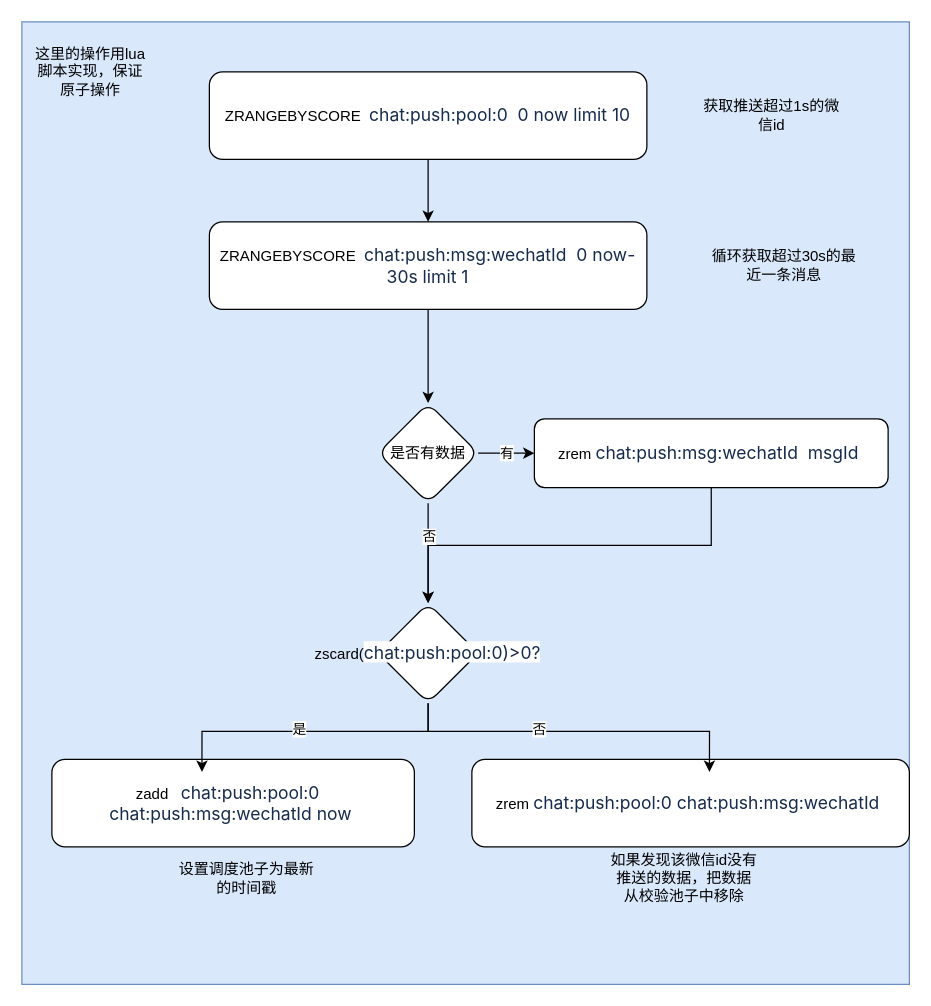
smallleaf/draw.io keeps this draw.io diagram as miyuan/推送数据Redis操作结构.drawio. Above is the earlier version. Source tidied: cells renumbered, new cells numbered last; positions are measured from the earlier drawing's top-left corner, leaving out a move shared by most shapes. Both pictures are drawn from the tidied source at 125%, with x=0, y=0 at pixel (21, 21).
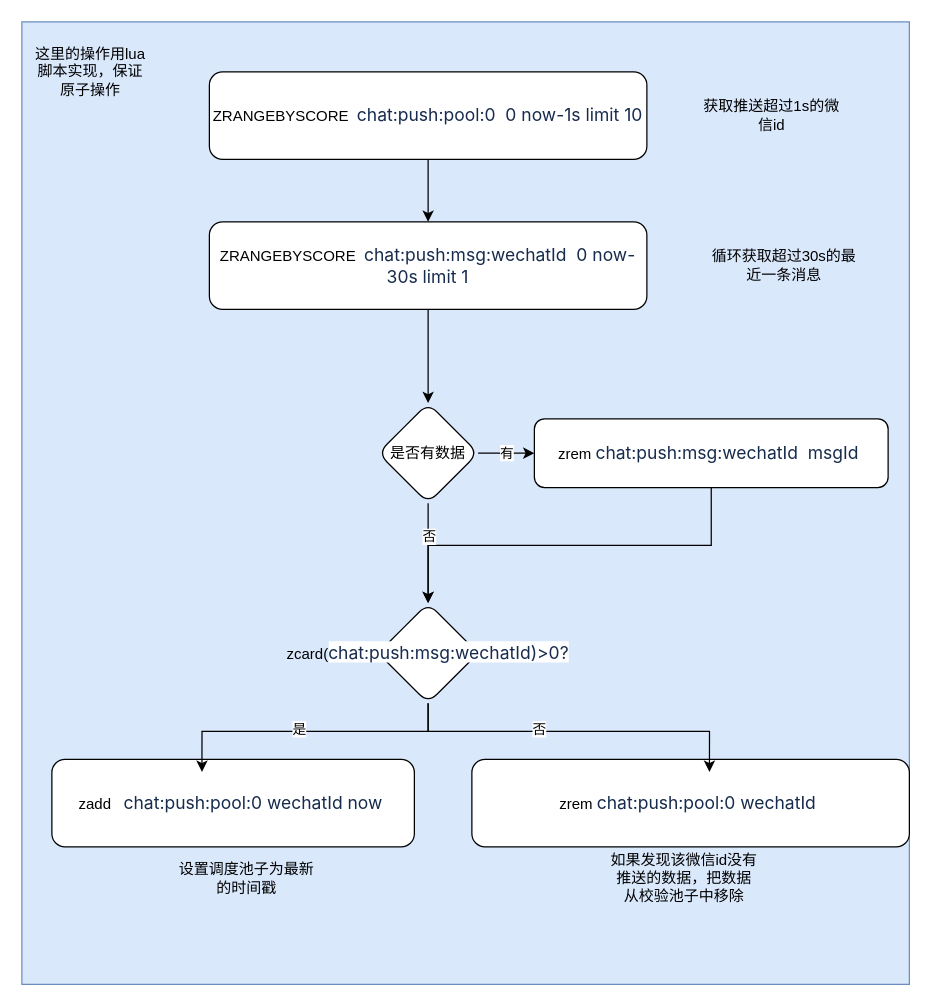
Above is the later version.

Commit message:
更新推送数据Redis操作结构.drawio

Change to the diagram source:
```diff
@@
-    <mxCell id="4" value="ZRANGEBYSCORE&amp;nbsp;&amp;nbsp;&lt;span style=&quot;color: rgb(23, 43, 77); font-family: -apple-system, &amp;quot;system-ui&amp;quot;, &amp;quot;Segoe UI&amp;quot;, Roboto, Oxygen, Ubuntu, &amp;quot;Fira Sans&amp;quot;, &amp;quot;Droid Sans&amp;quot;, &amp;quot;Helvetica Neue&amp;quot;, sans-serif; font-size: 14px; text-align: start; background-color: rgb(255, 255, 255);&quot;&gt;chat:push:pool:0&amp;nbsp; 0 now limit 10&lt;/span&gt;" style="rounded=1;whiteSpace=wrap;html=1;" parent="1" vertex="1">
+    <mxCell id="4" value="ZRANGEBYSCORE&amp;nbsp;&amp;nbsp;&lt;span style=&quot;color: rgb(23, 43, 77); font-family: -apple-system, &amp;quot;system-ui&amp;quot;, &amp;quot;Segoe UI&amp;quot;, Roboto, Oxygen, Ubuntu, &amp;quot;Fira Sans&amp;quot;, &amp;quot;Droid Sans&amp;quot;, &amp;quot;Helvetica Neue&amp;quot;, sans-serif; font-size: 14px; text-align: start; background-color: rgb(255, 255, 255);&quot;&gt;chat:push:pool:0&amp;nbsp; 0 now-1s limit 10&lt;/span&gt;" style="rounded=1;whiteSpace=wrap;html=1;" parent="1" vertex="1">
       <mxGeometry x="150" y="40" width="350" height="70" as="geometry" />
     </mxCell>
@@
-    <mxCell id="9" value="zrem&amp;nbsp;&lt;span style=&quot;color: rgb(23, 43, 77); font-family: -apple-system, &amp;quot;system-ui&amp;quot;, &amp;quot;Segoe UI&amp;quot;, Roboto, Oxygen, Ubuntu, &amp;quot;Fira Sans&amp;quot;, &amp;quot;Droid Sans&amp;quot;, &amp;quot;Helvetica Neue&amp;quot;, sans-serif; font-size: 14px; text-align: start; background-color: rgb(255, 255, 255);&quot;&gt;chat:push:pool:0&amp;nbsp;&lt;/span&gt;&lt;span style=&quot;color: rgb(23, 43, 77); font-family: -apple-system, &amp;quot;system-ui&amp;quot;, &amp;quot;Segoe UI&amp;quot;, Roboto, Oxygen, Ubuntu, &amp;quot;Fira Sans&amp;quot;, &amp;quot;Droid Sans&amp;quot;, &amp;quot;Helvetica Neue&amp;quot;, sans-serif; font-size: 14px; text-align: left; background-color: rgb(255, 255, 255);&quot;&gt;chat:push:msg:wechatId&lt;/span&gt;&lt;span style=&quot;color: rgb(23, 43, 77); font-family: -apple-system, &amp;quot;system-ui&amp;quot;, &amp;quot;Segoe UI&amp;quot;, Roboto, Oxygen, Ubuntu, &amp;quot;Fira Sans&amp;quot;, &amp;quot;Droid Sans&amp;quot;, &amp;quot;Helvetica Neue&amp;quot;, sans-serif; font-size: 14px; text-align: start; background-color: rgb(255, 255, 255);&quot;&gt;&amp;nbsp;&lt;/span&gt;" style="rounded=1;whiteSpace=wrap;html=1;" parent="1" vertex="1">
+    <mxCell id="9" value="zrem&amp;nbsp;&lt;span style=&quot;color: rgb(23, 43, 77); font-family: -apple-system, &amp;quot;system-ui&amp;quot;, &amp;quot;Segoe UI&amp;quot;, Roboto, Oxygen, Ubuntu, &amp;quot;Fira Sans&amp;quot;, &amp;quot;Droid Sans&amp;quot;, &amp;quot;Helvetica Neue&amp;quot;, sans-serif; font-size: 14px; text-align: start; background-color: rgb(255, 255, 255);&quot;&gt;chat:push:pool:0&amp;nbsp;&lt;/span&gt;&lt;span style=&quot;color: rgb(23, 43, 77); font-family: -apple-system, &amp;quot;system-ui&amp;quot;, &amp;quot;Segoe UI&amp;quot;, Roboto, Oxygen, Ubuntu, &amp;quot;Fira Sans&amp;quot;, &amp;quot;Droid Sans&amp;quot;, &amp;quot;Helvetica Neue&amp;quot;, sans-serif; font-size: 14px; text-align: left; background-color: rgb(255, 255, 255);&quot;&gt;wechatId&lt;/span&gt;&lt;span style=&quot;color: rgb(23, 43, 77); font-family: -apple-system, &amp;quot;system-ui&amp;quot;, &amp;quot;Segoe UI&amp;quot;, Roboto, Oxygen, Ubuntu, &amp;quot;Fira Sans&amp;quot;, &amp;quot;Droid Sans&amp;quot;, &amp;quot;Helvetica Neue&amp;quot;, sans-serif; font-size: 14px; text-align: start; background-color: rgb(255, 255, 255);&quot;&gt;&amp;nbsp;&lt;/span&gt;" style="rounded=1;whiteSpace=wrap;html=1;" parent="1" vertex="1">
       <mxGeometry x="360" y="590" width="350" height="70" as="geometry" />
     </mxCell>
@@
-    <mxCell id="12" value="zadd&amp;nbsp;&amp;nbsp;&amp;nbsp;&lt;span style=&quot;color: rgb(23, 43, 77); font-family: -apple-system, &amp;quot;system-ui&amp;quot;, &amp;quot;Segoe UI&amp;quot;, Roboto, Oxygen, Ubuntu, &amp;quot;Fira Sans&amp;quot;, &amp;quot;Droid Sans&amp;quot;, &amp;quot;Helvetica Neue&amp;quot;, sans-serif; font-size: 14px; text-align: start; background-color: rgb(255, 255, 255);&quot;&gt;chat:push:pool:0&amp;nbsp;&amp;nbsp;&lt;/span&gt;&lt;div&gt;&lt;span style=&quot;color: rgb(23, 43, 77); font-family: -apple-system, &amp;quot;system-ui&amp;quot;, &amp;quot;Segoe UI&amp;quot;, Roboto, Oxygen, Ubuntu, &amp;quot;Fira Sans&amp;quot;, &amp;quot;Droid Sans&amp;quot;, &amp;quot;Helvetica Neue&amp;quot;, sans-serif; font-size: 14px; text-align: left; background-color: rgb(255, 255, 255);&quot;&gt;chat:push:msg:wechatId now&lt;/span&gt;&amp;nbsp;&lt;/div&gt;" style="rounded=1;whiteSpace=wrap;html=1;" parent="1" vertex="1">
+    <mxCell id="12" value="zadd&amp;nbsp;&amp;nbsp;&amp;nbsp;&lt;span style=&quot;color: rgb(23, 43, 77); font-family: -apple-system, &amp;quot;system-ui&amp;quot;, &amp;quot;Segoe UI&amp;quot;, Roboto, Oxygen, Ubuntu, &amp;quot;Fira Sans&amp;quot;, &amp;quot;Droid Sans&amp;quot;, &amp;quot;Helvetica Neue&amp;quot;, sans-serif; font-size: 14px; text-align: start; background-color: rgb(255, 255, 255);&quot;&gt;chat:push:pool:0&amp;nbsp;&lt;/span&gt;&lt;span style=&quot;color: rgb(23, 43, 77); font-family: -apple-system, &amp;quot;system-ui&amp;quot;, &amp;quot;Segoe UI&amp;quot;, Roboto, Oxygen, Ubuntu, &amp;quot;Fira Sans&amp;quot;, &amp;quot;Droid Sans&amp;quot;, &amp;quot;Helvetica Neue&amp;quot;, sans-serif; font-size: 14px; text-align: left; background-color: rgb(255, 255, 255);&quot;&gt;wechatId now&lt;/span&gt;&lt;span style=&quot;background-color: initial;&quot;&gt;&amp;nbsp;&lt;/span&gt;" style="rounded=1;whiteSpace=wrap;html=1;" parent="1" vertex="1">
       <mxGeometry x="24" y="590" width="290" height="70" as="geometry" />
     </mxCell>
@@
-    <mxCell id="21" value="zscard(&lt;span style=&quot;color: rgb(23, 43, 77); font-family: -apple-system, &amp;quot;system-ui&amp;quot;, &amp;quot;Segoe UI&amp;quot;, Roboto, Oxygen, Ubuntu, &amp;quot;Fira Sans&amp;quot;, &amp;quot;Droid Sans&amp;quot;, &amp;quot;Helvetica Neue&amp;quot;, sans-serif; font-size: 14px; text-align: start; background-color: rgb(255, 255, 255);&quot;&gt;chat:push:pool:0)&amp;gt;0?&lt;/span&gt;" style="rhombus;whiteSpace=wrap;html=1;rounded=1;" parent="1" vertex="1">
+    <mxCell id="21" value="zcard(&lt;span style=&quot;color: rgb(23, 43, 77); font-family: -apple-system, &amp;quot;system-ui&amp;quot;, &amp;quot;Segoe UI&amp;quot;, Roboto, Oxygen, Ubuntu, &amp;quot;Fira Sans&amp;quot;, &amp;quot;Droid Sans&amp;quot;, &amp;quot;Helvetica Neue&amp;quot;, sans-serif; font-size: 14px; text-align: left; background-color: rgb(255, 255, 255);&quot;&gt;chat:push:msg:wechatId&lt;/span&gt;&lt;span style=&quot;color: rgb(23, 43, 77); font-family: -apple-system, &amp;quot;system-ui&amp;quot;, &amp;quot;Segoe UI&amp;quot;, Roboto, Oxygen, Ubuntu, &amp;quot;Fira Sans&amp;quot;, &amp;quot;Droid Sans&amp;quot;, &amp;quot;Helvetica Neue&amp;quot;, sans-serif; font-size: 14px; text-align: start; background-color: rgb(255, 255, 255);&quot;&gt;)&amp;gt;0?&lt;/span&gt;" style="rhombus;whiteSpace=wrap;html=1;rounded=1;" parent="1" vertex="1">
       <mxGeometry x="285" y="465" width="80" height="80" as="geometry" />
     </mxCell>
```
